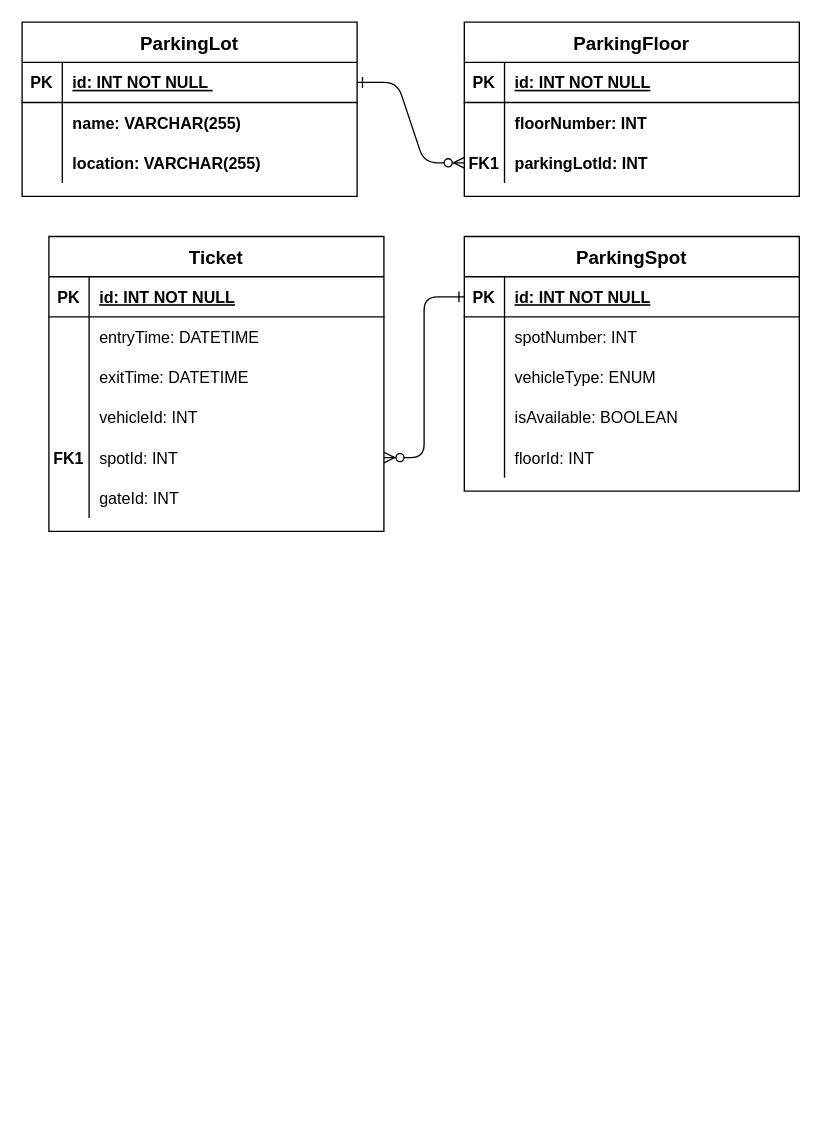
This is Parkinglot-Schema-Diagram.drawio from geeky-sanjay/class-diagrams, a draw.io file, before an edit. Source tidied: cells renumbered, new cells numbered last; positions are measured from the earlier drawing's top-left corner, leaving out a move shared by most shapes. Both pictures are drawn from the tidied source at 134%, with x=0, y=0 at pixel (21, 21).
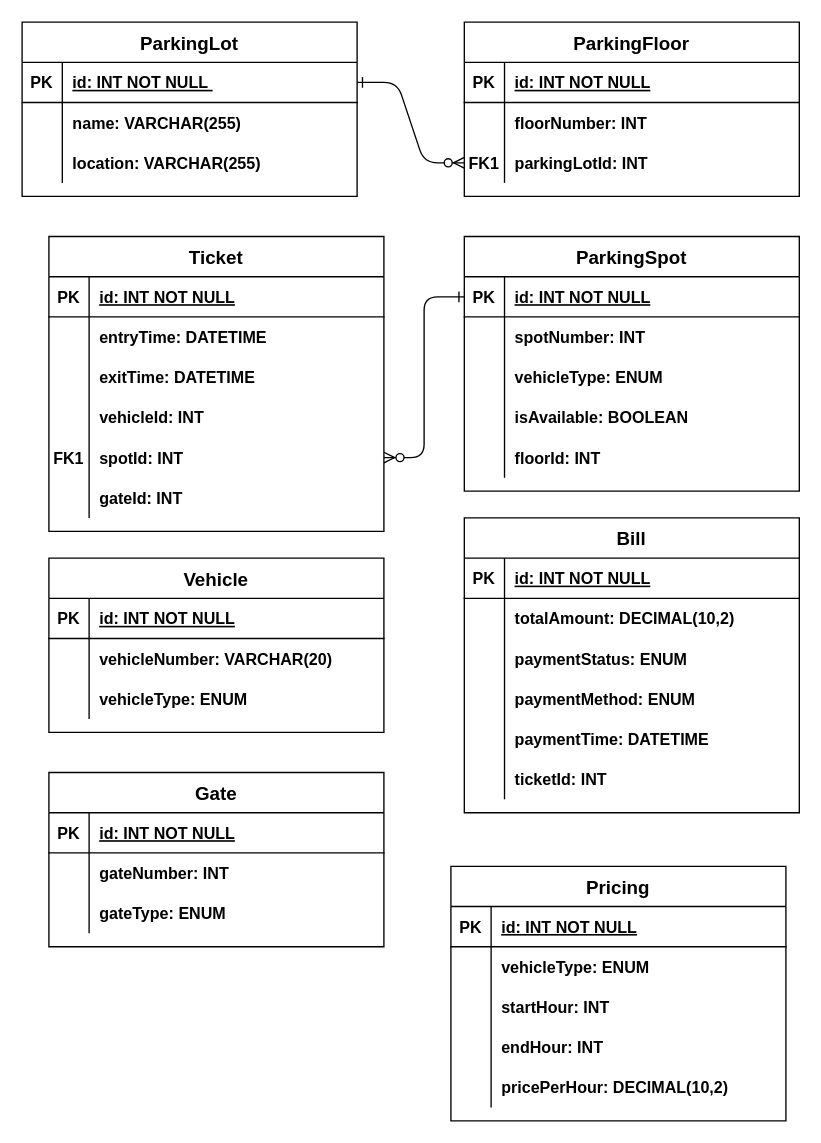
The same diagram, later.

Unchanged cells that the change refers to:
```xml
<mxCell id="17" style="shape=partialRectangle;fillColor=none;top=0;left=0;right=0;bottom=0;" parent="13" vertex="1">
  <mxGeometry y="60" width="250" height="30" as="geometry" />
</mxCell>
<mxCell id="20" style="shape=partialRectangle;fillColor=none;top=0;left=0;right=0;bottom=0;" parent="13" vertex="1">
  <mxGeometry y="90" width="250" height="30" as="geometry" />
</mxCell>
<mxCell id="23" style="shape=partialRectangle;fillColor=none;top=0;left=0;right=0;bottom=0;" parent="13" vertex="1">
  <mxGeometry y="120" width="250" height="30" as="geometry" />
</mxCell>
<mxCell id="26" style="shape=partialRectangle;fillColor=none;top=0;left=0;right=0;bottom=0;" parent="13" vertex="1">
  <mxGeometry y="150" width="250" height="30" as="geometry" />
</mxCell>
<mxCell id="43" style="shape=partialRectangle;fillColor=none;top=0;left=0;right=0;bottom=0;" parent="39" vertex="1">
  <mxGeometry y="60" width="250" height="30" as="geometry" />
</mxCell>
<mxCell id="46" style="shape=partialRectangle;fillColor=none;top=0;left=0;right=0;bottom=0;" parent="39" vertex="1">
  <mxGeometry y="90" width="250" height="30" as="geometry" />
</mxCell>
<mxCell id="49" style="shape=partialRectangle;fillColor=none;top=0;left=0;right=0;bottom=0;" parent="39" vertex="1">
  <mxGeometry y="120" width="250" height="30" as="geometry" />
</mxCell>
<mxCell id="52" style="shape=partialRectangle;fillColor=none;points=[[0,0.5],[1,0.5]];portConstraint=eastwest;top=0;left=0;right=0;bottom=0;" parent="39" vertex="1">
  <mxGeometry y="150" width="250" height="30" as="geometry" />
</mxCell>
<mxCell id="55" style="shape=partialRectangle;fillColor=none;top=0;left=0;right=0;bottom=0;" parent="39" vertex="1">
  <mxGeometry y="180" width="250" height="30" as="geometry" />
</mxCell>
```

What changed in the source:
```diff
@@
-    <mxCell id="19" value="spotNumber: INT" style="shape=partialRectangle;overflow=hidden;fillColor=none;top=0;left=0;bottom=0;right=0;align=left;spacingLeft=6;" parent="17" vertex="1">
+    <mxCell id="19" value="spotNumber: INT" style="shape=partialRectangle;overflow=hidden;fillColor=none;top=0;left=0;bottom=0;right=0;align=left;spacingLeft=6;fontStyle=1;" parent="17" vertex="1">
       <mxGeometry x="30" width="220" height="30" as="geometry" />
     </mxCell>
@@
-    <mxCell id="22" value="vehicleType: ENUM " style="shape=partialRectangle;overflow=hidden;fillColor=none;top=0;left=0;bottom=0;right=0;align=left;spacingLeft=6;" parent="20" vertex="1">
+    <mxCell id="22" value="vehicleType: ENUM " style="shape=partialRectangle;overflow=hidden;fillColor=none;top=0;left=0;bottom=0;right=0;align=left;spacingLeft=6;fontStyle=1;" parent="20" vertex="1">
       <mxGeometry x="30" width="220" height="30" as="geometry" />
     </mxCell>
@@
-    <mxCell id="25" value="isAvailable: BOOLEAN " style="shape=partialRectangle;overflow=hidden;fillColor=none;top=0;left=0;bottom=0;right=0;align=left;spacingLeft=6;" parent="23" vertex="1">
+    <mxCell id="25" value="isAvailable: BOOLEAN " style="shape=partialRectangle;overflow=hidden;fillColor=none;top=0;left=0;bottom=0;right=0;align=left;spacingLeft=6;fontStyle=1;" parent="23" vertex="1">
       <mxGeometry x="30" width="220" height="30" as="geometry" />
     </mxCell>
@@
-    <mxCell id="28" value="floorId: INT " style="shape=partialRectangle;overflow=hidden;fillColor=none;top=0;left=0;bottom=0;right=0;align=left;spacingLeft=6;" parent="26" vertex="1">
+    <mxCell id="28" value="floorId: INT " style="shape=partialRectangle;overflow=hidden;fillColor=none;top=0;left=0;bottom=0;right=0;align=left;spacingLeft=6;fontStyle=1;" parent="26" vertex="1">
       <mxGeometry x="30" width="220" height="30" as="geometry" />
     </mxCell>
@@
-    <mxCell id="45" value="entryTime: DATETIME" style="shape=partialRectangle;overflow=hidden;fillColor=none;top=0;left=0;bottom=0;right=0;align=left;spacingLeft=6;" parent="43" vertex="1">
+    <mxCell id="45" value="entryTime: DATETIME" style="shape=partialRectangle;overflow=hidden;fillColor=none;top=0;left=0;bottom=0;right=0;align=left;spacingLeft=6;fontStyle=1;" parent="43" vertex="1">
       <mxGeometry x="30" width="220" height="30" as="geometry" />
     </mxCell>
@@
-    <mxCell id="48" value="exitTime: DATETIME  " style="shape=partialRectangle;overflow=hidden;fillColor=none;top=0;left=0;bottom=0;right=0;align=left;spacingLeft=6;" parent="46" vertex="1">
+    <mxCell id="48" value="exitTime: DATETIME  " style="shape=partialRectangle;overflow=hidden;fillColor=none;top=0;left=0;bottom=0;right=0;align=left;spacingLeft=6;fontStyle=1;" parent="46" vertex="1">
       <mxGeometry x="30" width="220" height="30" as="geometry" />
     </mxCell>
@@
-    <mxCell id="51" value="vehicleId: INT " style="shape=partialRectangle;overflow=hidden;fillColor=none;top=0;left=0;bottom=0;right=0;align=left;spacingLeft=6;" parent="49" vertex="1">
+    <mxCell id="51" value="vehicleId: INT " style="shape=partialRectangle;overflow=hidden;fillColor=none;top=0;left=0;bottom=0;right=0;align=left;spacingLeft=6;fontStyle=1;" parent="49" vertex="1">
       <mxGeometry x="30" width="220" height="30" as="geometry" />
     </mxCell>
@@
-    <mxCell id="54" value="spotId: INT  " style="shape=partialRectangle;overflow=hidden;fillColor=none;top=0;left=0;bottom=0;right=0;align=left;spacingLeft=6;" parent="52" vertex="1">
+    <mxCell id="54" value="spotId: INT  " style="shape=partialRectangle;overflow=hidden;fillColor=none;top=0;left=0;bottom=0;right=0;align=left;spacingLeft=6;fontStyle=1;" parent="52" vertex="1">
       <mxGeometry x="30" width="220" height="30" as="geometry" />
     </mxCell>
@@
-    <mxCell id="57" value="gateId: INT   " style="shape=partialRectangle;overflow=hidden;fillColor=none;top=0;left=0;bottom=0;right=0;align=left;spacingLeft=6;" parent="55" vertex="1">
+    <mxCell id="57" value="gateId: INT   " style="shape=partialRectangle;overflow=hidden;fillColor=none;top=0;left=0;bottom=0;right=0;align=left;spacingLeft=6;fontStyle=1;" parent="55" vertex="1">
       <mxGeometry x="30" width="220" height="30" as="geometry" />
     </mxCell>
@@
+    <mxCell id="59" value="Vehicle                 " style="shape=table;startSize=30;childLayout=tableLayout;rowLines=0;fontStyle=1;align=center;fontSize=14;" parent="1" vertex="1">
+      <mxGeometry x="20" y="400" width="250" height="130" as="geometry" />
+    </mxCell>
+    <mxCell id="60" style="shape=partialRectangle;fillColor=none;top=0;left=0;right=0;bottom=1;" parent="59" vertex="1">
+      <mxGeometry y="30" width="250" height="30" as="geometry" />
+    </mxCell>
+    <mxCell id="61" value="PK" style="shape=partialRectangle;overflow=hidden;fillColor=none;top=0;left=0;bottom=0;right=0;fontStyle=1;" parent="60" vertex="1">
+      <mxGeometry width="30" height="30" as="geometry" />
+    </mxCell>
+    <mxCell id="62" value="id: INT NOT NULL " style="shape=partialRectangle;overflow=hidden;fillColor=none;top=0;left=0;bottom=0;right=0;align=left;spacingLeft=6;fontStyle=5;" parent="60" vertex="1">
+      <mxGeometry x="30" width="220" height="30" as="geometry" />
+    </mxCell>
+    <mxCell id="63" style="shape=partialRectangle;fillColor=none;top=0;left=0;right=0;bottom=0;" parent="59" vertex="1">
+      <mxGeometry y="60" width="250" height="30" as="geometry" />
+    </mxCell>
+    <mxCell id="64" style="shape=partialRectangle;overflow=hidden;fillColor=none;top=0;left=0;bottom=0;right=0;" parent="63" vertex="1">
+      <mxGeometry width="30" height="30" as="geometry" />
+    </mxCell>
+    <mxCell id="65" value="vehicleNumber: VARCHAR(20)" style="shape=partialRectangle;overflow=hidden;fillColor=none;top=0;left=0;bottom=0;right=0;align=left;spacingLeft=6;fontStyle=1;" parent="63" vertex="1">
+      <mxGeometry x="30" width="220" height="30" as="geometry" />
+    </mxCell>
+    <mxCell id="66" style="shape=partialRectangle;fillColor=none;top=0;left=0;right=0;bottom=0;" parent="59" vertex="1">
+      <mxGeometry y="90" width="250" height="30" as="geometry" />
+    </mxCell>
+    <mxCell id="67" style="shape=partialRectangle;overflow=hidden;fillColor=none;top=0;left=0;bottom=0;right=0;" parent="66" vertex="1">
+      <mxGeometry width="30" height="30" as="geometry" />
+    </mxCell>
+    <mxCell id="68" value="vehicleType: ENUM " style="shape=partialRectangle;overflow=hidden;fillColor=none;top=0;left=0;bottom=0;right=0;align=left;spacingLeft=6;fontStyle=1;" parent="66" vertex="1">
+      <mxGeometry x="30" width="220" height="30" as="geometry" />
+    </mxCell>
+    <mxCell id="69" value="Bill                     " style="shape=table;startSize=30;childLayout=tableLayout;rowLines=0;fontStyle=1;align=center;fontSize=14;" parent="1" vertex="1">
+      <mxGeometry x="330" y="370" width="250" height="220" as="geometry" />
+    </mxCell>
+    <mxCell id="70" style="shape=partialRectangle;fillColor=none;top=0;left=0;right=0;bottom=1;" parent="69" vertex="1">
+      <mxGeometry y="30" width="250" height="30" as="geometry" />
+    </mxCell>
+    <mxCell id="71" value="PK" style="shape=partialRectangle;overflow=hidden;fillColor=none;top=0;left=0;bottom=0;right=0;fontStyle=1;" parent="70" vertex="1">
+      <mxGeometry width="30" height="30" as="geometry" />
+    </mxCell>
+    <mxCell id="72" value="id: INT NOT NULL " style="shape=partialRectangle;overflow=hidden;fillColor=none;top=0;left=0;bottom=0;right=0;align=left;spacingLeft=6;fontStyle=5;" parent="70" vertex="1">
+      <mxGeometry x="30" width="220" height="30" as="geometry" />
+    </mxCell>
+    <mxCell id="73" style="shape=partialRectangle;fillColor=none;top=0;left=0;right=0;bottom=0;" parent="69" vertex="1">
+      <mxGeometry y="60" width="250" height="30" as="geometry" />
+    </mxCell>
+    <mxCell id="74" style="shape=partialRectangle;overflow=hidden;fillColor=none;top=0;left=0;bottom=0;right=0;" parent="73" vertex="1">
+      <mxGeometry width="30" height="30" as="geometry" />
+    </mxCell>
+    <mxCell id="75" value="totalAmount: DECIMAL(10,2)" style="shape=partialRectangle;overflow=hidden;fillColor=none;top=0;left=0;bottom=0;right=0;align=left;spacingLeft=6;fontStyle=1;" parent="73" vertex="1">
+      <mxGeometry x="30" width="220" height="30" as="geometry" />
+    </mxCell>
+    <mxCell id="76" style="shape=partialRectangle;fillColor=none;top=0;left=0;right=0;bottom=0;" parent="69" vertex="1">
+      <mxGeometry y="90" width="250" height="30" as="geometry" />
+    </mxCell>
+    <mxCell id="77" style="shape=partialRectangle;overflow=hidden;fillColor=none;top=0;left=0;bottom=0;right=0;" parent="76" vertex="1">
+      <mxGeometry width="30" height="30" as="geometry" />
+    </mxCell>
+    <mxCell id="78" value="paymentStatus: ENUM  " style="shape=partialRectangle;overflow=hidden;fillColor=none;top=0;left=0;bottom=0;right=0;align=left;spacingLeft=6;fontStyle=1;" parent="76" vertex="1">
+      <mxGeometry x="30" width="220" height="30" as="geometry" />
+    </mxCell>
+    <mxCell id="79" style="shape=partialRectangle;fillColor=none;top=0;left=0;right=0;bottom=0;" parent="69" vertex="1">
+      <mxGeometry y="120" width="250" height="30" as="geometry" />
+    </mxCell>
+    <mxCell id="80" style="shape=partialRectangle;overflow=hidden;fillColor=none;top=0;left=0;bottom=0;right=0;" parent="79" vertex="1">
+      <mxGeometry width="30" height="30" as="geometry" />
+    </mxCell>
+    <mxCell id="81" value="paymentMethod: ENUM " style="shape=partialRectangle;overflow=hidden;fillColor=none;top=0;left=0;bottom=0;right=0;align=left;spacingLeft=6;fontStyle=1;" parent="79" vertex="1">
+      <mxGeometry x="30" width="220" height="30" as="geometry" />
+    </mxCell>
+    <mxCell id="82" style="shape=partialRectangle;fillColor=none;top=0;left=0;right=0;bottom=0;" parent="69" vertex="1">
+      <mxGeometry y="150" width="250" height="30" as="geometry" />
+    </mxCell>
+    <mxCell id="83" style="shape=partialRectangle;overflow=hidden;fillColor=none;top=0;left=0;bottom=0;right=0;fontStyle=1;" parent="82" vertex="1">
+      <mxGeometry width="30" height="30" as="geometry" />
+    </mxCell>
+    <mxCell id="84" value="paymentTime: DATETIME  " style="shape=partialRectangle;overflow=hidden;fillColor=none;top=0;left=0;bottom=0;right=0;align=left;spacingLeft=6;fontStyle=1;" parent="82" vertex="1">
+      <mxGeometry x="30" width="220" height="30" as="geometry" />
+    </mxCell>
+    <mxCell id="85" style="shape=partialRectangle;fillColor=none;top=0;left=0;right=0;bottom=0;" parent="69" vertex="1">
+      <mxGeometry y="180" width="250" height="30" as="geometry" />
+    </mxCell>
+    <mxCell id="86" style="shape=partialRectangle;overflow=hidden;fillColor=none;top=0;left=0;bottom=0;right=0;" parent="85" vertex="1">
+      <mxGeometry width="30" height="30" as="geometry" />
+    </mxCell>
+    <mxCell id="87" value=" ticketId: INT   " style="shape=partialRectangle;overflow=hidden;fillColor=none;top=0;left=0;bottom=0;right=0;align=left;spacingLeft=6;fontStyle=1;" parent="85" vertex="1">
+      <mxGeometry x="30" width="220" height="30" as="geometry" />
+    </mxCell>
+    <mxCell id="88" value="Gate                 " style="shape=table;startSize=30;childLayout=tableLayout;rowLines=0;fontStyle=1;align=center;fontSize=14;" parent="1" vertex="1">
+      <mxGeometry x="20" y="560" width="250" height="130" as="geometry" />
+    </mxCell>
+    <mxCell id="89" style="shape=partialRectangle;fillColor=none;top=0;left=0;right=0;bottom=1;" parent="88" vertex="1">
+      <mxGeometry y="30" width="250" height="30" as="geometry" />
+    </mxCell>
+    <mxCell id="90" value="PK" style="shape=partialRectangle;overflow=hidden;fillColor=none;top=0;left=0;bottom=0;right=0;fontStyle=1;" parent="89" vertex="1">
+      <mxGeometry width="30" height="30" as="geometry" />
+    </mxCell>
+    <mxCell id="91" value="id: INT NOT NULL " style="shape=partialRectangle;overflow=hidden;fillColor=none;top=0;left=0;bottom=0;right=0;align=left;spacingLeft=6;fontStyle=5;" parent="89" vertex="1">
+      <mxGeometry x="30" width="220" height="30" as="geometry" />
+    </mxCell>
+    <mxCell id="92" style="shape=partialRectangle;fillColor=none;top=0;left=0;right=0;bottom=0;" parent="88" vertex="1">
+      <mxGeometry y="60" width="250" height="30" as="geometry" />
+    </mxCell>
+    <mxCell id="93" style="shape=partialRectangle;overflow=hidden;fillColor=none;top=0;left=0;bottom=0;right=0;" parent="92" vertex="1">
+      <mxGeometry width="30" height="30" as="geometry" />
+    </mxCell>
+    <mxCell id="94" value="gateNumber: INT " style="shape=partialRectangle;overflow=hidden;fillColor=none;top=0;left=0;bottom=0;right=0;align=left;spacingLeft=6;fontStyle=1;" parent="92" vertex="1">
+      <mxGeometry x="30" width="220" height="30" as="geometry" />
+    </mxCell>
+    <mxCell id="95" style="shape=partialRectangle;fillColor=none;top=0;left=0;right=0;bottom=0;" parent="88" vertex="1">
+      <mxGeometry y="90" width="250" height="30" as="geometry" />
+    </mxCell>
+    <mxCell id="96" style="shape=partialRectangle;overflow=hidden;fillColor=none;top=0;left=0;bottom=0;right=0;" parent="95" vertex="1">
+      <mxGeometry width="30" height="30" as="geometry" />
+    </mxCell>
+    <mxCell id="97" value="gateType: ENUM   " style="shape=partialRectangle;overflow=hidden;fillColor=none;top=0;left=0;bottom=0;right=0;align=left;spacingLeft=6;fontStyle=1;" parent="95" vertex="1">
+      <mxGeometry x="30" width="220" height="30" as="geometry" />
+    </mxCell>
+    <mxCell id="98" value="Pricing                             " style="shape=table;startSize=30;childLayout=tableLayout;rowLines=0;fontStyle=1;align=center;fontSize=14;" parent="1" vertex="1">
+      <mxGeometry x="320" y="630" width="250" height="190" as="geometry" />
+    </mxCell>
+    <mxCell id="99" style="shape=partialRectangle;fillColor=none;top=0;left=0;right=0;bottom=1;" parent="98" vertex="1">
+      <mxGeometry y="30" width="250" height="30" as="geometry" />
+    </mxCell>
+    <mxCell id="100" value="PK" style="shape=partialRectangle;overflow=hidden;fillColor=none;top=0;left=0;bottom=0;right=0;fontStyle=1;" parent="99" vertex="1">
+      <mxGeometry width="30" height="30" as="geometry" />
+    </mxCell>
+    <mxCell id="101" value="id: INT NOT NULL " style="shape=partialRectangle;overflow=hidden;fillColor=none;top=0;left=0;bottom=0;right=0;align=left;spacingLeft=6;fontStyle=5;" parent="99" vertex="1">
+      <mxGeometry x="30" width="220" height="30" as="geometry" />
+    </mxCell>
+    <mxCell id="102" style="shape=partialRectangle;fillColor=none;top=0;left=0;right=0;bottom=0;" parent="98" vertex="1">
+      <mxGeometry y="60" width="250" height="30" as="geometry" />
+    </mxCell>
+    <mxCell id="103" style="shape=partialRectangle;overflow=hidden;fillColor=none;top=0;left=0;bottom=0;right=0;" parent="102" vertex="1">
+      <mxGeometry width="30" height="30" as="geometry" />
+    </mxCell>
+    <mxCell id="104" value="vehicleType: ENUM" style="shape=partialRectangle;overflow=hidden;fillColor=none;top=0;left=0;bottom=0;right=0;align=left;spacingLeft=6;fontStyle=1;" parent="102" vertex="1">
+      <mxGeometry x="30" width="220" height="30" as="geometry" />
+    </mxCell>
+    <mxCell id="105" style="shape=partialRectangle;fillColor=none;top=0;left=0;right=0;bottom=0;" parent="98" vertex="1">
+      <mxGeometry y="90" width="250" height="30" as="geometry" />
+    </mxCell>
+    <mxCell id="106" style="shape=partialRectangle;overflow=hidden;fillColor=none;top=0;left=0;bottom=0;right=0;" parent="105" vertex="1">
+      <mxGeometry width="30" height="30" as="geometry" />
+    </mxCell>
+    <mxCell id="107" value="startHour: INT  " style="shape=partialRectangle;overflow=hidden;fillColor=none;top=0;left=0;bottom=0;right=0;align=left;spacingLeft=6;fontStyle=1;" parent="105" vertex="1">
+      <mxGeometry x="30" width="220" height="30" as="geometry" />
+    </mxCell>
+    <mxCell id="108" style="shape=partialRectangle;fillColor=none;top=0;left=0;right=0;bottom=0;" parent="98" vertex="1">
+      <mxGeometry y="120" width="250" height="30" as="geometry" />
+    </mxCell>
+    <mxCell id="109" style="shape=partialRectangle;overflow=hidden;fillColor=none;top=0;left=0;bottom=0;right=0;" parent="108" vertex="1">
+      <mxGeometry width="30" height="30" as="geometry" />
+    </mxCell>
+    <mxCell id="110" value="endHour: INT    " style="shape=partialRectangle;overflow=hidden;fillColor=none;top=0;left=0;bottom=0;right=0;align=left;spacingLeft=6;fontStyle=1;" parent="108" vertex="1">
+      <mxGeometry x="30" width="220" height="30" as="geometry" />
+    </mxCell>
+    <mxCell id="111" style="shape=partialRectangle;fillColor=none;top=0;left=0;right=0;bottom=0;" parent="98" vertex="1">
+      <mxGeometry y="150" width="250" height="30" as="geometry" />
+    </mxCell>
+    <mxCell id="112" style="shape=partialRectangle;overflow=hidden;fillColor=none;top=0;left=0;bottom=0;right=0;fontStyle=1;" parent="111" vertex="1">
+      <mxGeometry width="30" height="30" as="geometry" />
+    </mxCell>
+    <mxCell id="113" value="pricePerHour: DECIMAL(10,2)  " style="shape=partialRectangle;overflow=hidden;fillColor=none;top=0;left=0;bottom=0;right=0;align=left;spacingLeft=6;fontStyle=1;" parent="111" vertex="1">
+      <mxGeometry x="30" width="220" height="30" as="geometry" />
+    </mxCell>
```
